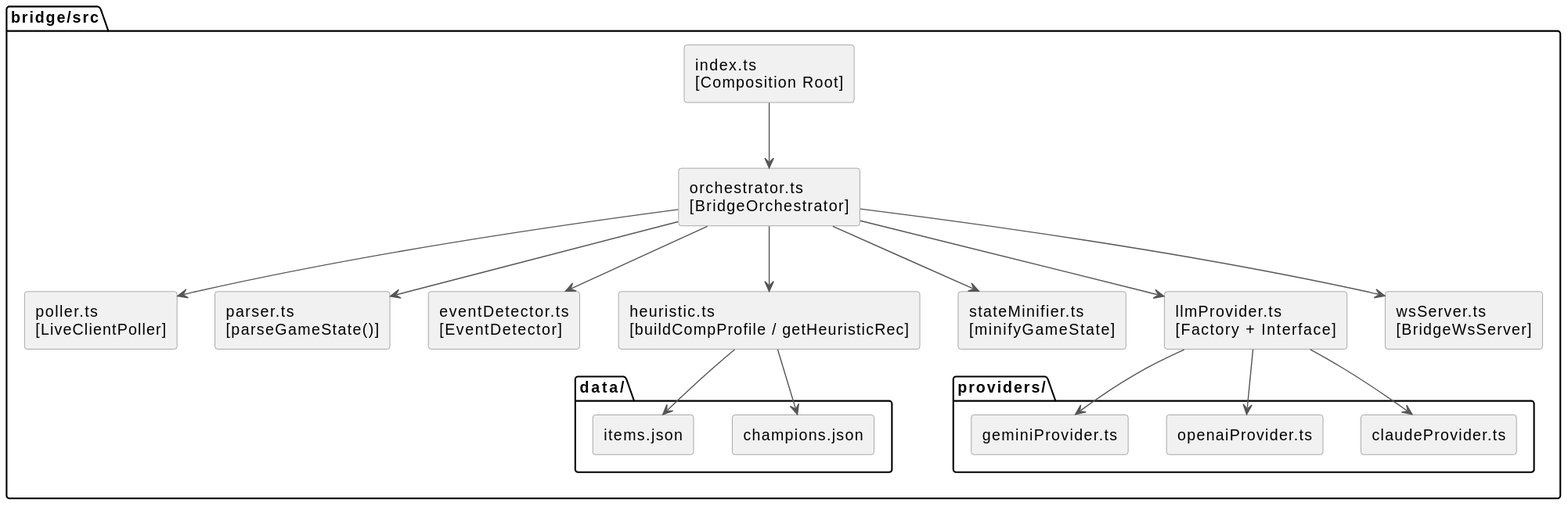
Before: docs/umls/05_bridge_whitebox.svg, a diagram exported from PlantUML (NexusHero/LOLRecommender).
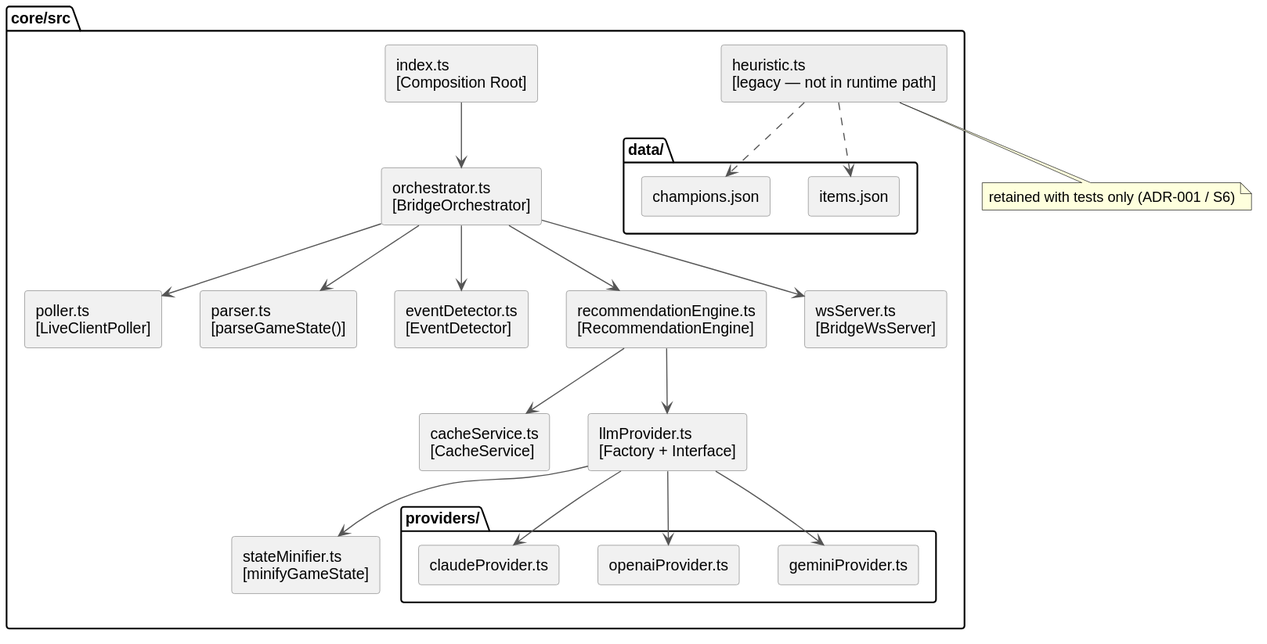
After the commit.

Commit message:
docs: correct outdated heuristic-first narrative to LLM-only reality

Diff of the diagram source:
```diff
@@ -5,16 +5,18 @@
 skinparam ArrowColor #555555
 skinparam componentBorderColor #888888
 
-package "bridge/src" {
+package "core/src" {
   component "index.ts\n[Composition Root]" as index
   component "orchestrator.ts\n[BridgeOrchestrator]" as orch
   component "poller.ts\n[LiveClientPoller]" as poller
   component "parser.ts\n[parseGameState()]" as parser
   component "eventDetector.ts\n[EventDetector]" as detector
-  component "heuristic.ts\n[buildCompProfile / getHeuristicRec]" as heuristic
+  component "recommendationEngine.ts\n[RecommendationEngine]" as engine
+  component "cacheService.ts\n[CacheService]" as cache
   component "stateMinifier.ts\n[minifyGameState]" as minifier
   component "llmProvider.ts\n[Factory + Interface]" as llmprov
   component "wsServer.ts\n[BridgeWsServer]" as wsserver
+  component "heuristic.ts\n[legacy — not in runtime path]" as heuristic #EEEEEE
 
   package "data/" {
     component "champions.json" as champ
@@ -32,13 +34,15 @@
 orch --> poller
 orch --> parser
 orch --> detector
-orch --> heuristic
-orch --> minifier
-orch --> llmprov
+orch --> engine
 orch --> wsserver
+engine --> cache
+engine --> llmprov
+llmprov --> minifier
 llmprov --> claude
 llmprov --> openai
 llmprov --> gemini
-heuristic --> champ
-heuristic --> items
+heuristic ..> champ
+heuristic ..> items
+note bottom of heuristic : retained with tests only (ADR-001 / S6)
 @enduml
```
